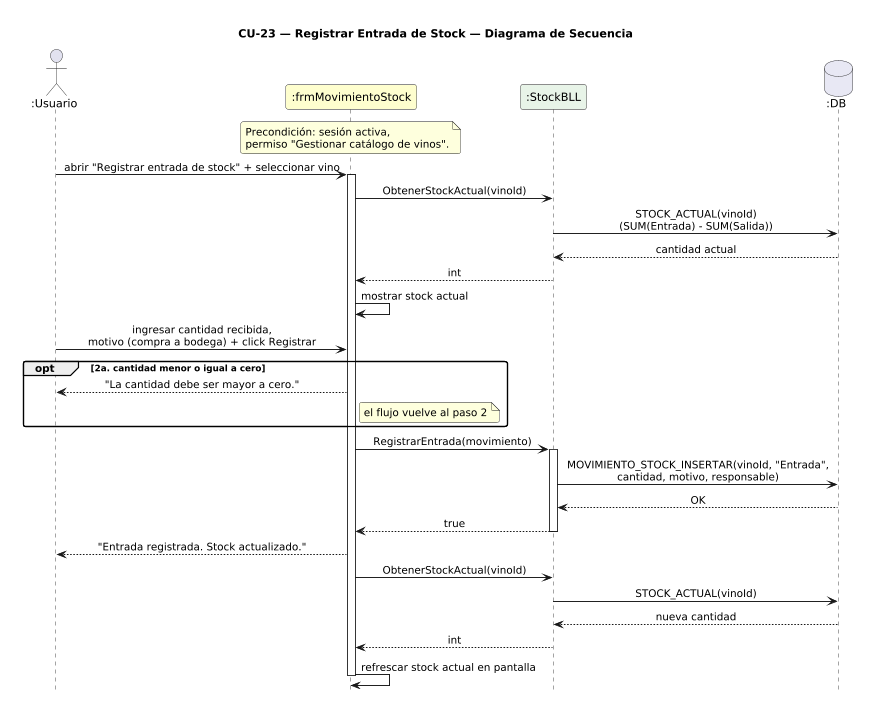
This is DIAGRAMAS/DiagramaSecuencia_CU23_RegistrarMovimientoStock.png from Jesifu/club-de-vinos-td, a PlantUML export, as it was before one commit. Its source is kept beside it as DIAGRAMAS/DiagramaSecuencia_CU23_RegistrarMovimientoStock.puml.
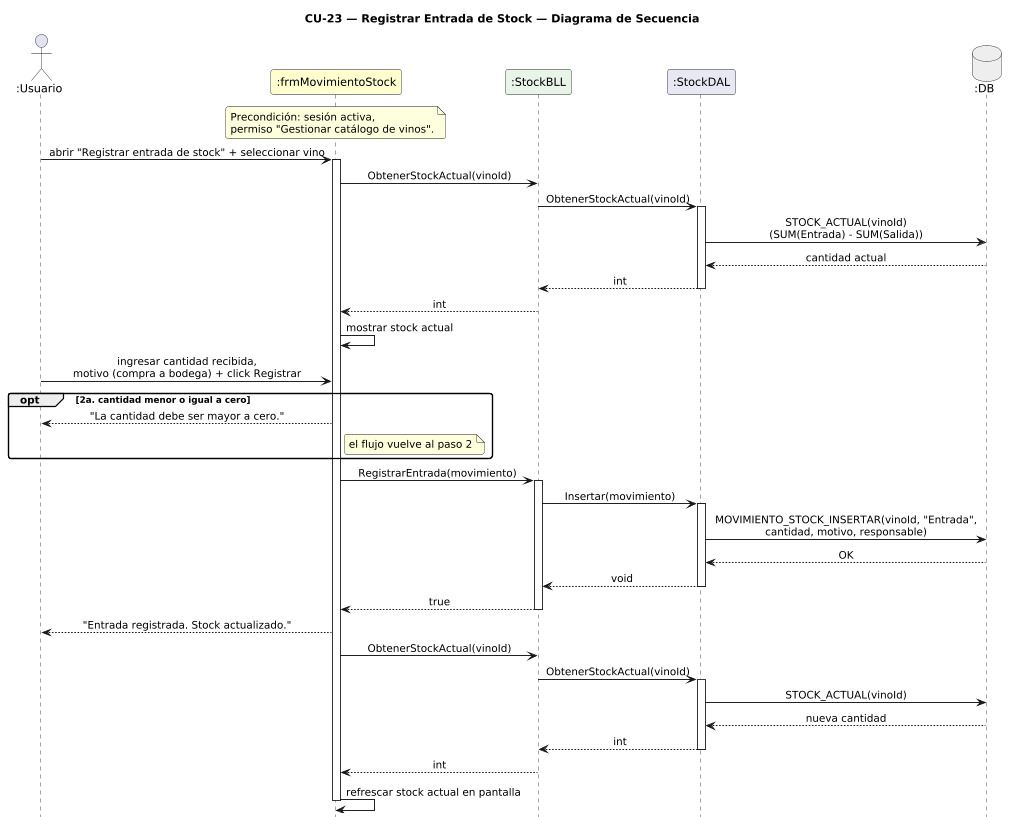
The same diagram one commit later.

What changed in the source:
```diff
@@ -12,7 +12,8 @@
 actor       ":Usuario"            as U
 participant ":frmMovimientoStock" as FM #FEFECE
 participant ":StockBLL"           as SB #E8F4E8
-database    ":DB"                 as DB #E8E8F4
+participant ":StockDAL"           as SD #E8E8F4
+database    ":DB"                 as DB #EEEEEE
 
 note over FM
   Precondición: sesión activa,
@@ -22,8 +23,12 @@
 U -> FM : abrir "Registrar entrada de stock" + seleccionar vino
 activate FM
 FM -> SB : ObtenerStockActual(vinoId)
-SB -> DB : STOCK_ACTUAL(vinoId)\n(SUM(Entrada) - SUM(Salida))
-DB --> SB : cantidad actual
+SB -> SD : ObtenerStockActual(vinoId)
+activate SD
+SD -> DB : STOCK_ACTUAL(vinoId)\n(SUM(Entrada) - SUM(Salida))
+DB --> SD : cantidad actual
+SD --> SB : int
+deactivate SD
 SB --> FM : int
 FM -> FM : mostrar stock actual
 
@@ -36,14 +41,22 @@
 
 FM -> SB : RegistrarEntrada(movimiento)
 activate SB
-SB -> DB : MOVIMIENTO_STOCK_INSERTAR(vinoId, "Entrada",\ncantidad, motivo, responsable)
-DB --> SB : OK
+SB -> SD : Insertar(movimiento)
+activate SD
+SD -> DB : MOVIMIENTO_STOCK_INSERTAR(vinoId, "Entrada",\ncantidad, motivo, responsable)
+DB --> SD : OK
+SD --> SB : void
+deactivate SD
 SB --> FM : true
 deactivate SB
 FM --> U : "Entrada registrada. Stock actualizado."
 FM -> SB : ObtenerStockActual(vinoId)
-SB -> DB : STOCK_ACTUAL(vinoId)
-DB --> SB : nueva cantidad
+SB -> SD : ObtenerStockActual(vinoId)
+activate SD
+SD -> DB : STOCK_ACTUAL(vinoId)
+DB --> SD : nueva cantidad
+SD --> SB : int
+deactivate SD
 SB --> FM : int
 FM -> FM : refrescar stock actual en pantalla
 deactivate FM
```
